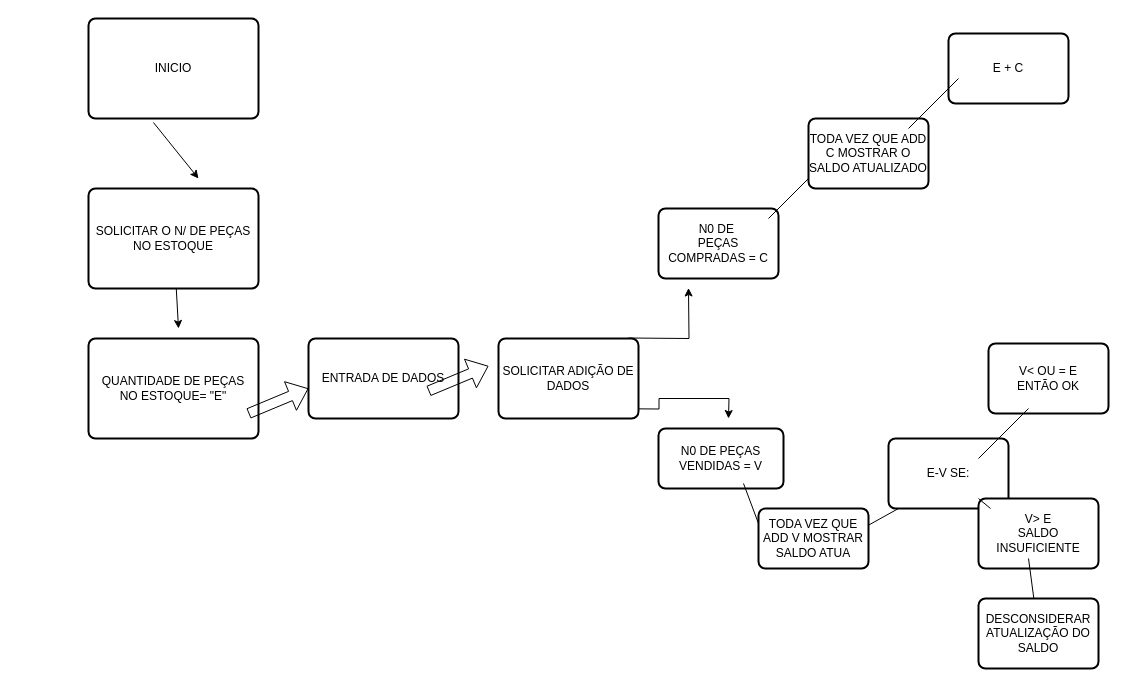
The draw.io diagram page "Página-2" (2 of 2) of Diagrama sem nome.drawio in Ins1d3r8/Primeiro-Algor-tmo, before the edit. Source tidied: cells renumbered, new cells numbered last; positions are measured from the earlier drawing's top-left corner, leaving out a move shared by most shapes. Both pictures are drawn from the tidied source at 100%, with x=0, y=0 at pixel (88, 18).
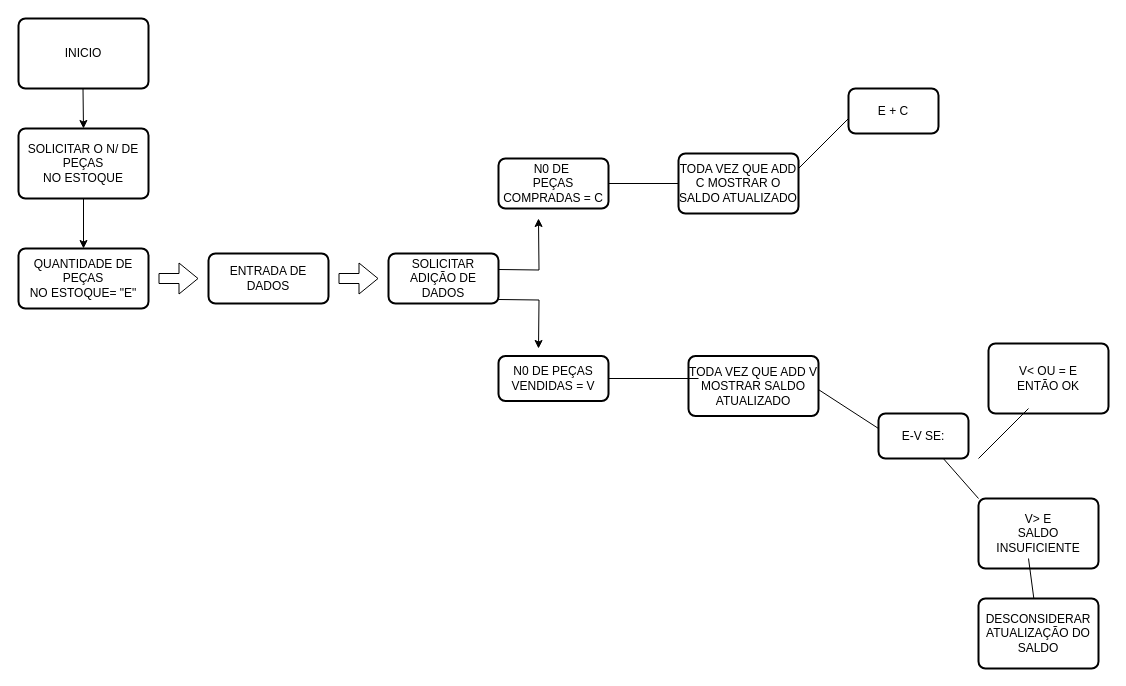
Above is the later version.

Change to the diagram source:
```diff
@@
     <mxCell id="2" value="INICIO" style="rounded=1;whiteSpace=wrap;html=1;absoluteArcSize=1;arcSize=14;strokeWidth=2;" parent="1" vertex="1">
-      <mxGeometry width="170" height="100" as="geometry" />
+      <mxGeometry x="-70" width="130" height="70" as="geometry" />
     </mxCell>
     <mxCell id="3" value="&lt;div&gt;SOLICITAR O N/ DE PEÇAS&lt;/div&gt;&lt;div&gt;NO ESTOQUE&lt;br&gt;&lt;/div&gt;" style="rounded=1;whiteSpace=wrap;html=1;absoluteArcSize=1;arcSize=14;strokeWidth=2;" parent="1" vertex="1">
-      <mxGeometry y="170" width="170" height="100" as="geometry" />
+      <mxGeometry x="-70" y="110" width="130" height="70" as="geometry" />
     </mxCell>
     <mxCell id="4" style="edgeStyle=orthogonalEdgeStyle;rounded=0;orthogonalLoop=1;jettySize=auto;html=1;" parent="1" edge="1">
       <mxGeometry relative="1" as="geometry">
-        <mxPoint x="540" y="319.5" as="sourcePoint" />
-        <mxPoint x="600" y="269.5" as="targetPoint" />
+        <mxPoint x="410" y="251" as="sourcePoint" />
+        <mxPoint x="450" y="200" as="targetPoint" />
       </mxGeometry>
     </mxCell>
     <mxCell id="5" value="&lt;div&gt;QUANTIDADE DE PEÇAS&lt;/div&gt;&lt;div&gt;NO ESTOQUE= &quot;E&quot;&lt;br&gt;&lt;/div&gt;" style="rounded=1;whiteSpace=wrap;html=1;absoluteArcSize=1;arcSize=14;strokeWidth=2;" parent="1" vertex="1">
-      <mxGeometry y="320" width="170" height="100" as="geometry" />
+      <mxGeometry x="-70" y="230" width="130" height="60" as="geometry" />
     </mxCell>
-    <mxCell id="6" style="endArrow=classic;html=1;rounded=0;exitX=0.382;exitY=1.04;exitDx=0;exitDy=0;exitPerimeter=0;" parent="1" edge="1" source="2">
+    <mxCell id="6" style="endArrow=classic;html=1;rounded=0;exitX=0.382;exitY=1.04;exitDx=0;exitDy=0;exitPerimeter=0;" parent="1" edge="1">
       <mxGeometry relative="1" as="geometry">
-        <mxPoint x="110" y="160" as="targetPoint" />
+        <mxPoint x="-5.5" y="70" as="sourcePoint" />
+        <mxPoint x="-5" y="110" as="targetPoint" />
       </mxGeometry>
     </mxCell>
-    <mxCell id="7" style="endArrow=classic;html=1;rounded=0;" parent="1" edge="1" source="3">
-      <mxGeometry relative="1" as="geometry">
-        <mxPoint x="90" y="310" as="targetPoint" />
-      </mxGeometry>
+    <mxCell id="7" style="endArrow=classic;html=1;rounded=0;entryX=0.5;entryY=0;entryDx=0;entryDy=0;" parent="1" edge="1" source="3" target="5">
+      <mxGeometry relative="1" as="geometry" />
     </mxCell>
-    <mxCell id="8" style="edgeStyle=orthogonalEdgeStyle;rounded=0;orthogonalLoop=1;jettySize=auto;html=1;" parent="1" edge="1">
-      <mxGeometry relative="1" as="geometry">
-        <mxPoint x="500" y="390" as="sourcePoint" />
-        <mxPoint x="640" y="400" as="targetPoint" />
-      </mxGeometry>
-    </mxCell>
     <mxCell id="9" value="SOLICITAR ADIÇÃO DE DADOS" style="rounded=1;whiteSpace=wrap;html=1;absoluteArcSize=1;arcSize=14;strokeWidth=2;" parent="1" vertex="1">
-      <mxGeometry x="410" y="320" width="140" height="80" as="geometry" />
+      <mxGeometry x="300" y="235" width="110" height="50" as="geometry" />
     </mxCell>
     <mxCell id="10" value="N0 DE PEÇAS VENDIDAS = V" style="rounded=1;whiteSpace=wrap;html=1;absoluteArcSize=1;arcSize=14;strokeWidth=2;" parent="1" vertex="1">
-      <mxGeometry x="570" y="410" width="125" height="60" as="geometry" />
+      <mxGeometry x="410" y="337.5" width="110" height="45" as="geometry" />
     </mxCell>
     <mxCell id="11" value="ENTRADA DE DADOS" style="rounded=1;whiteSpace=wrap;html=1;absoluteArcSize=1;arcSize=14;strokeWidth=2;" parent="1" vertex="1">
-      <mxGeometry x="220" y="320" width="150" height="80" as="geometry" />
+      <mxGeometry x="120" y="235" width="120" height="50" as="geometry" />
     </mxCell>
     <mxCell id="12" style="shape=flexArrow;endArrow=classic;html=1;rounded=0;" parent="1" edge="1">
       <mxGeometry relative="1" as="geometry">
-        <mxPoint x="160" y="395" as="sourcePoint" />
-        <mxPoint x="220" y="370" as="targetPoint" />
+        <mxPoint x="70" y="260" as="sourcePoint" />
+        <mxPoint x="110" y="260" as="targetPoint" />
       </mxGeometry>
     </mxCell>
     <mxCell id="13" value="&lt;div&gt;N0 DE&amp;nbsp;&lt;/div&gt;&lt;div&gt;PEÇAS&lt;/div&gt;&lt;div&gt;COMPRADAS = C&lt;/div&gt;" style="rounded=1;whiteSpace=wrap;html=1;absoluteArcSize=1;arcSize=14;strokeWidth=2;" parent="1" vertex="1">
-      <mxGeometry x="570" y="190" width="120" height="70" as="geometry" />
+      <mxGeometry x="410" y="140" width="110" height="50" as="geometry" />
     </mxCell>
     <mxCell id="14" style="shape=flexArrow;endArrow=classic;html=1;rounded=0;" parent="1" edge="1">
       <mxGeometry relative="1" as="geometry">
-        <mxPoint x="340" y="372.5" as="sourcePoint" />
-        <mxPoint x="400" y="347.5" as="targetPoint" />
+        <mxPoint x="250" y="260" as="sourcePoint" />
+        <mxPoint x="290" y="260" as="targetPoint" />
       </mxGeometry>
     </mxCell>
     <mxCell id="15" value="E + C" style="rounded=1;whiteSpace=wrap;html=1;absoluteArcSize=1;arcSize=14;strokeWidth=2;" parent="1" vertex="1">
-      <mxGeometry x="860" y="15" width="120" height="70" as="geometry" />
+      <mxGeometry x="760" y="70" width="90" height="45" as="geometry" />
     </mxCell>
-    <mxCell id="16" style="endArrow=none;html=1;rounded=0;" parent="1" edge="1">
+    <mxCell id="16" style="endArrow=none;html=1;rounded=0;exitX=1;exitY=0.5;exitDx=0;exitDy=0;" parent="1" edge="1" source="13">
       <mxGeometry relative="1" as="geometry">
-        <mxPoint x="680" y="200" as="sourcePoint" />
-        <mxPoint x="730" y="150" as="targetPoint" />
+        <mxPoint x="590" y="165" as="targetPoint" />
       </mxGeometry>
     </mxCell>
@@
     <mxCell id="18" value="E-V SE:" style="rounded=1;whiteSpace=wrap;html=1;absoluteArcSize=1;arcSize=14;strokeWidth=2;" parent="1" vertex="1">
-      <mxGeometry x="800" y="420" width="120" height="70" as="geometry" />
+      <mxGeometry x="790" y="395" width="90" height="45" as="geometry" />
     </mxCell>
     <mxCell id="19" style="endArrow=none;html=1;rounded=0;exitX=1;exitY=0.5;exitDx=0;exitDy=0;" parent="1" edge="1">
       <mxGeometry relative="1" as="geometry">
-        <mxPoint x="745" y="526.1" as="sourcePoint" />
-        <mxPoint x="810" y="490" as="targetPoint" />
+        <mxPoint x="730" y="371.1" as="sourcePoint" />
+        <mxPoint x="790" y="410" as="targetPoint" />
       </mxGeometry>
     </mxCell>
@@
     <mxCell id="25" value="TODA VEZ QUE ADD C MOSTRAR O SALDO ATUALIZADO " style="rounded=1;whiteSpace=wrap;html=1;absoluteArcSize=1;arcSize=14;strokeWidth=2;" parent="1" vertex="1">
-      <mxGeometry x="720" y="100" width="120" height="70" as="geometry" />
+      <mxGeometry x="590" y="135" width="120" height="60" as="geometry" />
     </mxCell>
     <mxCell id="26" style="endArrow=none;html=1;rounded=0;" parent="1" edge="1">
       <mxGeometry relative="1" as="geometry">
-        <mxPoint x="820" y="110" as="sourcePoint" />
-        <mxPoint x="870" y="60" as="targetPoint" />
+        <mxPoint x="710" y="150" as="sourcePoint" />
+        <mxPoint x="760" y="100" as="targetPoint" />
       </mxGeometry>
     </mxCell>
-    <mxCell id="27" value="TODA VEZ QUE ADD V MOSTRAR SALDO ATUA" style="rounded=1;whiteSpace=wrap;html=1;absoluteArcSize=1;arcSize=14;strokeWidth=2;" parent="1" vertex="1">
-      <mxGeometry x="670" y="490" width="110" height="60" as="geometry" />
+    <mxCell id="27" value="TODA VEZ QUE ADD V MOSTRAR SALDO ATUALIZADO" style="rounded=1;whiteSpace=wrap;html=1;absoluteArcSize=1;arcSize=14;strokeWidth=2;" parent="1" vertex="1">
+      <mxGeometry x="600" y="337.5" width="130" height="60" as="geometry" />
     </mxCell>
-    <mxCell id="28" style="endArrow=none;html=1;rounded=0;exitX=0;exitY=0.25;exitDx=0;exitDy=0;" parent="1" edge="1" source="27">
+    <mxCell id="28" style="endArrow=none;html=1;rounded=0;entryX=1;entryY=0.5;entryDx=0;entryDy=0;" parent="1" edge="1" target="10">
       <mxGeometry relative="1" as="geometry">
-        <mxPoint x="655" y="465" as="targetPoint" />
+        <mxPoint x="610" y="360" as="sourcePoint" />
       </mxGeometry>
     </mxCell>
+    <mxCell id="29" style="edgeStyle=orthogonalEdgeStyle;rounded=0;orthogonalLoop=1;jettySize=auto;html=1;" parent="1" edge="1">
+      <mxGeometry relative="1" as="geometry">
+        <mxPoint x="410" y="281" as="sourcePoint" />
+        <mxPoint x="450" y="330" as="targetPoint" />
+      </mxGeometry>
+    </mxCell>
```
